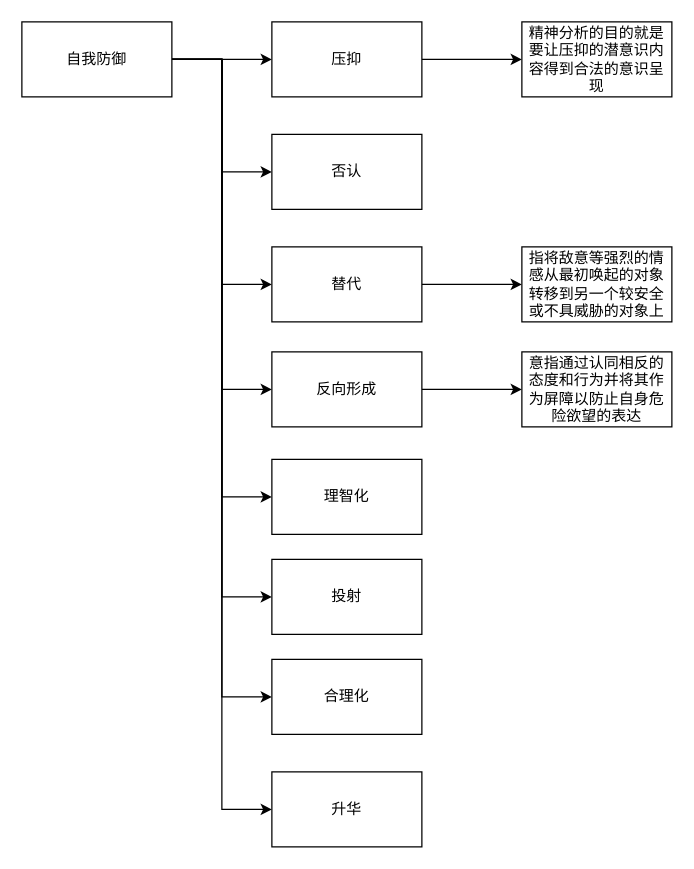
The draw.io diagram 《人格心理学》/25自我保护.drawio in dds0414/drawio, before the edit. Source tidied: cells renumbered, new cells numbered last; positions are measured from the earlier drawing's top-left corner, leaving out a move shared by most shapes. Both pictures are drawn from the tidied source at 125%, with x=0, y=0 at pixel (21, 21).
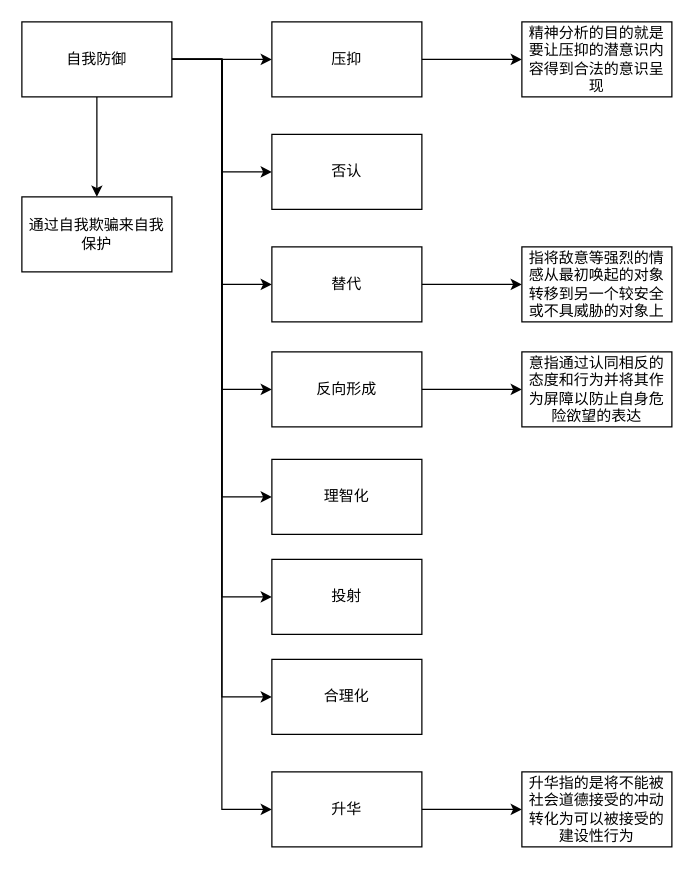
Above is the later version.

Commit message (it also covers changes not shown here):
更新25自我保护.drawio

The change refers to these unchanged cells:
```xml
<mxCell id="10" value="自我防御" style="whiteSpace=wrap;html=1;" parent="1" vertex="1">
  <mxGeometry width="120" height="60" as="geometry" />
</mxCell>
<mxCell id="24" value="升华" style="whiteSpace=wrap;html=1;" parent="1" vertex="1">
  <mxGeometry x="200" y="600" width="120" height="60" as="geometry" />
</mxCell>
```

The edit, as a diff of the source:
```diff
@@
+    <mxCell id="25" style="edgeStyle=orthogonalEdgeStyle;rounded=0;jettySize=auto;html=1;" parent="1" edge="1" source="10" target="28">
+      <mxGeometry relative="1" as="geometry" />
+    </mxCell>
@@
+    <mxCell id="26" style="edgeStyle=orthogonalEdgeStyle;rounded=0;jettySize=auto;html=1;" parent="1" edge="1" source="24" target="27">
+      <mxGeometry relative="1" as="geometry" />
+    </mxCell>
@@
+    <mxCell id="27" value="升华指的是将不能被社会道德接受的冲动转化为可以被接受的建设性行为" style="whiteSpace=wrap;html=1;" parent="1" vertex="1">
+      <mxGeometry x="400" y="600" width="120" height="60" as="geometry" />
+    </mxCell>
+    <mxCell id="28" value="通过自我欺骗来自我保护" style="whiteSpace=wrap;html=1;" parent="1" vertex="1">
+      <mxGeometry y="140" width="120" height="60" as="geometry" />
+    </mxCell>
```
